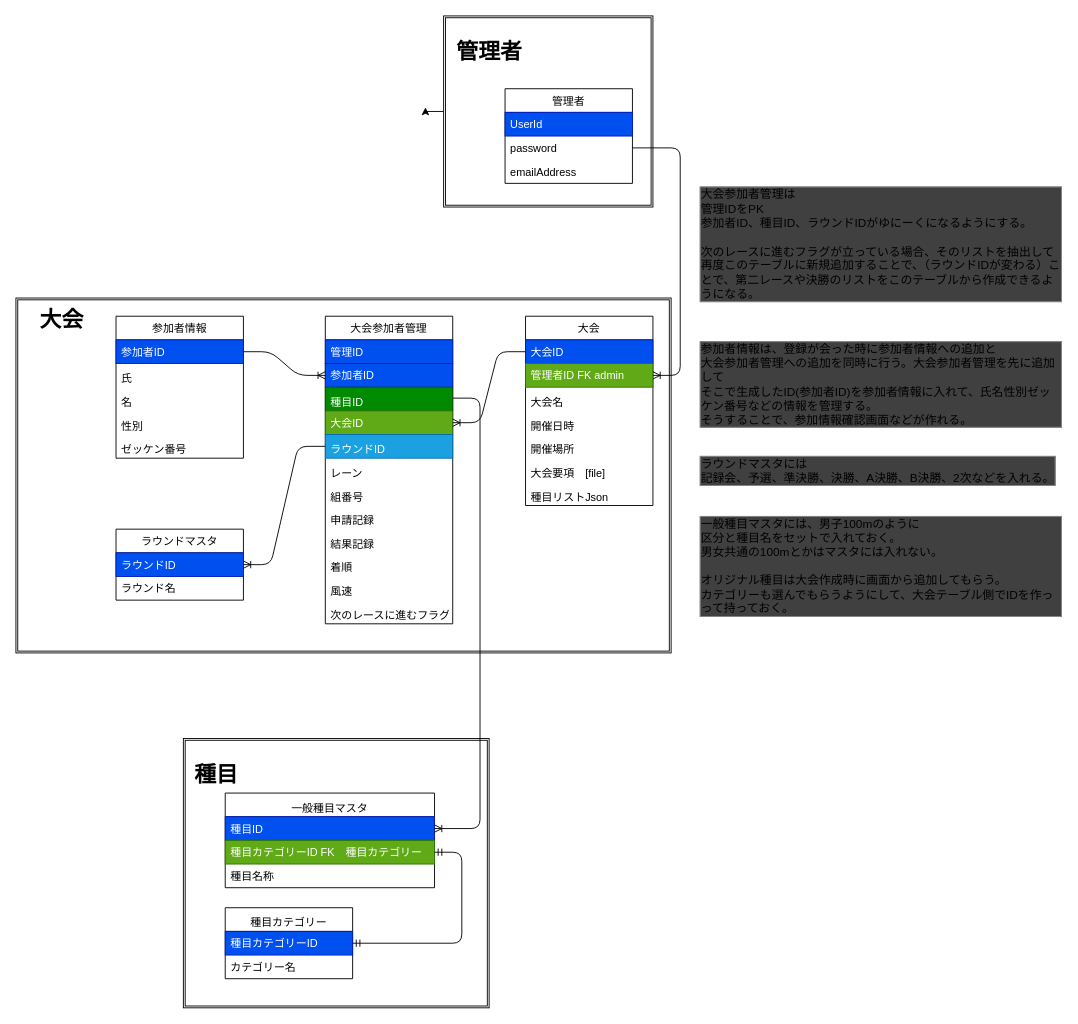
Above: doc/dataModel.drawio in keganokami/kekuriku (draw.io), before the change. Source tidied: cells renumbered, new cells numbered last; positions are measured from the earlier drawing's top-left corner, leaving out a move shared by most shapes. Both pictures are drawn from the tidied source at 91%, with x=0, y=0 at pixel (15, 15).
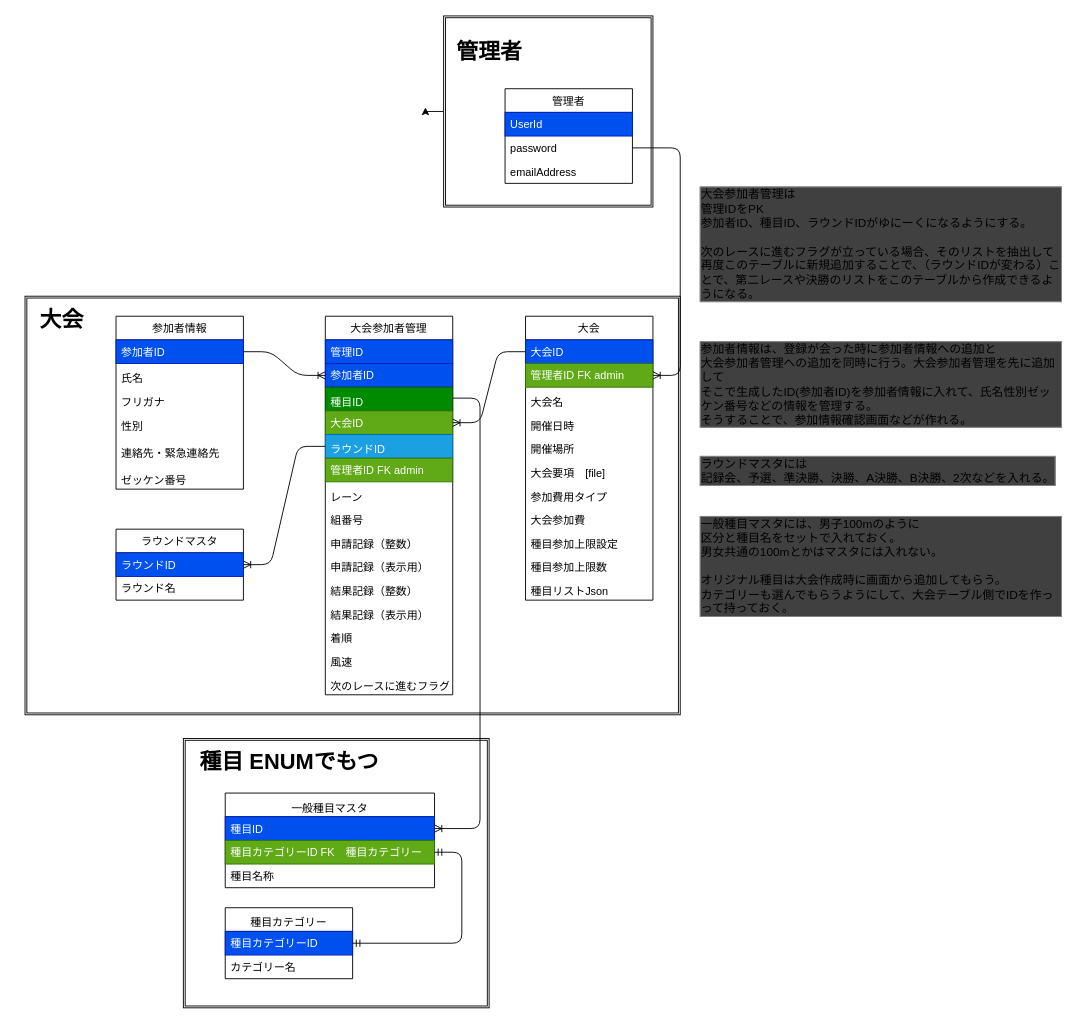
After the change.

Diff of the diagram source:
```diff
@@
-    <mxCell id="5" style="shape=ext;double=1;rounded=0;whiteSpace=wrap;html=1;verticalAlign=bottom;" parent="1" vertex="1">
-      <mxGeometry y="310" width="720" height="390" as="geometry" />
+    <mxCell id="5" style="shape=ext;double=1;rounded=0;whiteSpace=wrap;html=1;verticalAlign=bottom;fontStyle=1;" parent="1" vertex="1">
+      <mxGeometry x="10" y="308" width="720" height="460" as="geometry" />
     </mxCell>
@@
     <mxCell id="10" value="大会" style="swimlane;fontStyle=0;horizontal=1;startSize=26;fillColor=none;" parent="1" vertex="1">
-      <mxGeometry x="560" y="330" width="140" height="208" as="geometry" />
+      <mxGeometry x="560" y="330" width="140" height="312" as="geometry" />
     </mxCell>
@@
+    <mxCell id="60" value="参加費用タイプ" style="text;strokeColor=none;fillColor=none;align=left;verticalAlign=bottom;spacingLeft=4;spacingRight=4;overflow=hidden;" parent="10" vertex="1">
+      <mxGeometry y="182" width="140" height="26" as="geometry" />
+    </mxCell>
+    <mxCell id="61" value="大会参加費" style="text;strokeColor=none;fillColor=none;align=left;verticalAlign=bottom;spacingLeft=4;spacingRight=4;overflow=hidden;" parent="10" vertex="1">
+      <mxGeometry y="208" width="140" height="26" as="geometry" />
+    </mxCell>
+    <mxCell id="62" value="種目参加上限設定" style="text;strokeColor=none;fillColor=none;align=left;verticalAlign=bottom;spacingLeft=4;spacingRight=4;overflow=hidden;" parent="10" vertex="1">
+      <mxGeometry y="234" width="140" height="26" as="geometry" />
+    </mxCell>
+    <mxCell id="63" value="種目参加上限数" style="text;strokeColor=none;fillColor=none;align=left;verticalAlign=bottom;spacingLeft=4;spacingRight=4;overflow=hidden;" parent="10" vertex="1">
+      <mxGeometry y="260" width="140" height="26" as="geometry" />
+    </mxCell>
     <mxCell id="17" value="種目リストJson" style="text;strokeColor=none;fillColor=none;align=left;verticalAlign=bottom;spacingLeft=4;spacingRight=4;overflow=hidden;" parent="10" vertex="1">
-      <mxGeometry y="182" width="140" height="26" as="geometry" />
+      <mxGeometry y="286" width="140" height="26" as="geometry" />
     </mxCell>
@@
-    <mxCell id="27" value="種目" style="text;strokeColor=none;fillColor=none;html=1;fontSize=24;fontStyle=1;verticalAlign=middle;align=center;" parent="1" vertex="1">
-      <mxGeometry x="170" y="814" width="100" height="40" as="geometry" />
+    <mxCell id="27" value="種目 ENUMでもつ" style="text;strokeColor=none;fillColor=none;html=1;fontSize=24;fontStyle=1;verticalAlign=middle;align=center;" parent="1" vertex="1">
+      <mxGeometry x="250" y="800" width="100" height="40" as="geometry" />
     </mxCell>
@@
     <mxCell id="33" value="大会参加者管理" style="swimlane;fontStyle=0;horizontal=1;startSize=26;fillColor=none;" parent="1" vertex="1">
-      <mxGeometry x="340" y="330" width="140" height="338" as="geometry" />
+      <mxGeometry x="340" y="330" width="140" height="416" as="geometry" />
     </mxCell>
@@
+    <mxCell id="64" value="管理者ID FK admin&#10;" style="text;strokeColor=#2D7600;fillColor=#60a917;align=left;verticalAlign=top;spacingLeft=4;spacingRight=4;overflow=hidden;fontColor=#ffffff;" parent="33" vertex="1">
+      <mxGeometry y="156" width="140" height="26" as="geometry" />
+    </mxCell>
     <mxCell id="39" value="レーン" style="text;strokeColor=none;fillColor=none;align=left;verticalAlign=bottom;spacingLeft=4;spacingRight=4;overflow=hidden;" parent="33" vertex="1">
-      <mxGeometry y="156" width="140" height="26" as="geometry" />
+      <mxGeometry y="182" width="140" height="26" as="geometry" />
     </mxCell>
     <mxCell id="40" value="組番号" style="text;strokeColor=none;fillColor=none;align=left;verticalAlign=bottom;spacingLeft=4;spacingRight=4;overflow=hidden;" parent="33" vertex="1">
-      <mxGeometry y="182" width="140" height="26" as="geometry" />
+      <mxGeometry y="208" width="140" height="26" as="geometry" />
     </mxCell>
-    <mxCell id="41" value="申請記録" style="text;strokeColor=none;fillColor=none;align=left;verticalAlign=bottom;spacingLeft=4;spacingRight=4;overflow=hidden;" parent="33" vertex="1">
-      <mxGeometry y="208" width="140" height="26" as="geometry" />
+    <mxCell id="41" value="申請記録（整数）" style="text;strokeColor=none;fillColor=none;align=left;verticalAlign=bottom;spacingLeft=4;spacingRight=4;overflow=hidden;" parent="33" vertex="1">
+      <mxGeometry y="234" width="140" height="26" as="geometry" />
     </mxCell>
+    <mxCell id="65" value="申請記録（表示用）" style="text;strokeColor=none;fillColor=none;align=left;verticalAlign=bottom;spacingLeft=4;spacingRight=4;overflow=hidden;" parent="33" vertex="1">
+      <mxGeometry y="260" width="140" height="26" as="geometry" />
+    </mxCell>
-    <mxCell id="42" value="結果記録" style="text;strokeColor=none;fillColor=none;align=left;verticalAlign=bottom;spacingLeft=4;spacingRight=4;overflow=hidden;" parent="33" vertex="1">
-      <mxGeometry y="234" width="140" height="26" as="geometry" />
+    <mxCell id="42" value="結果記録（整数）" style="text;strokeColor=none;fillColor=none;align=left;verticalAlign=bottom;spacingLeft=4;spacingRight=4;overflow=hidden;" parent="33" vertex="1">
+      <mxGeometry y="286" width="140" height="26" as="geometry" />
     </mxCell>
+    <mxCell id="66" value="結果記録（表示用）" style="text;strokeColor=none;fillColor=none;align=left;verticalAlign=bottom;spacingLeft=4;spacingRight=4;overflow=hidden;" parent="33" vertex="1">
+      <mxGeometry y="312" width="140" height="26" as="geometry" />
+    </mxCell>
     <mxCell id="43" value="着順" style="text;strokeColor=none;fillColor=none;align=left;verticalAlign=bottom;spacingLeft=4;spacingRight=4;overflow=hidden;" parent="33" vertex="1">
-      <mxGeometry y="260" width="140" height="26" as="geometry" />
+      <mxGeometry y="338" width="140" height="26" as="geometry" />
     </mxCell>
     <mxCell id="44" value="風速" style="text;strokeColor=none;fillColor=none;align=left;verticalAlign=bottom;spacingLeft=4;spacingRight=4;overflow=hidden;" parent="33" vertex="1">
-      <mxGeometry y="286" width="140" height="26" as="geometry" />
+      <mxGeometry y="364" width="140" height="26" as="geometry" />
     </mxCell>
     <mxCell id="45" value="次のレースに進むフラグ" style="text;strokeColor=none;fillColor=none;align=left;verticalAlign=bottom;spacingLeft=4;spacingRight=4;overflow=hidden;" parent="33" vertex="1">
-      <mxGeometry y="312" width="140" height="26" as="geometry" />
+      <mxGeometry y="390" width="140" height="26" as="geometry" />
     </mxCell>
@@
     <mxCell id="48" value="参加者情報" style="swimlane;fontStyle=0;horizontal=1;startSize=26;fillColor=none;" parent="1" vertex="1">
-      <mxGeometry x="110" y="330" width="140" height="156" as="geometry" />
+      <mxGeometry x="110" y="330" width="140" height="190" as="geometry" />
     </mxCell>
@@
-    <mxCell id="50" value="氏" style="text;strokeColor=none;fillColor=none;align=left;verticalAlign=bottom;spacingLeft=4;spacingRight=4;overflow=hidden;" parent="48" vertex="1">
+    <mxCell id="50" value="氏名" style="text;strokeColor=none;fillColor=none;align=left;verticalAlign=bottom;spacingLeft=4;spacingRight=4;overflow=hidden;" parent="48" vertex="1">
       <mxGeometry y="52" width="140" height="26" as="geometry" />
     </mxCell>
-    <mxCell id="51" value="名" style="text;strokeColor=none;fillColor=none;align=left;verticalAlign=bottom;spacingLeft=4;spacingRight=4;overflow=hidden;" parent="48" vertex="1">
+    <mxCell id="51" value="フリガナ" style="text;strokeColor=none;fillColor=none;align=left;verticalAlign=bottom;spacingLeft=4;spacingRight=4;overflow=hidden;" parent="48" vertex="1">
       <mxGeometry y="78" width="140" height="26" as="geometry" />
     </mxCell>
@@
-    <mxCell id="53" value="ゼッケン番号" style="text;strokeColor=none;fillColor=none;align=left;verticalAlign=bottom;spacingLeft=4;spacingRight=4;overflow=hidden;" parent="48" vertex="1">
-      <mxGeometry y="130" width="140" height="26" as="geometry" />
+    <mxCell id="53" value="連絡先・緊急連絡先" style="text;strokeColor=none;fillColor=none;align=left;verticalAlign=bottom;spacingLeft=4;spacingRight=4;overflow=hidden;" parent="48" vertex="1">
+      <mxGeometry y="130" width="140" height="30" as="geometry" />
     </mxCell>
+    <mxCell id="67" value="ゼッケン番号" style="text;strokeColor=none;fillColor=none;align=left;verticalAlign=bottom;spacingLeft=4;spacingRight=4;overflow=hidden;" parent="48" vertex="1">
+      <mxGeometry y="160" width="140" height="30" as="geometry" />
+    </mxCell>
```
